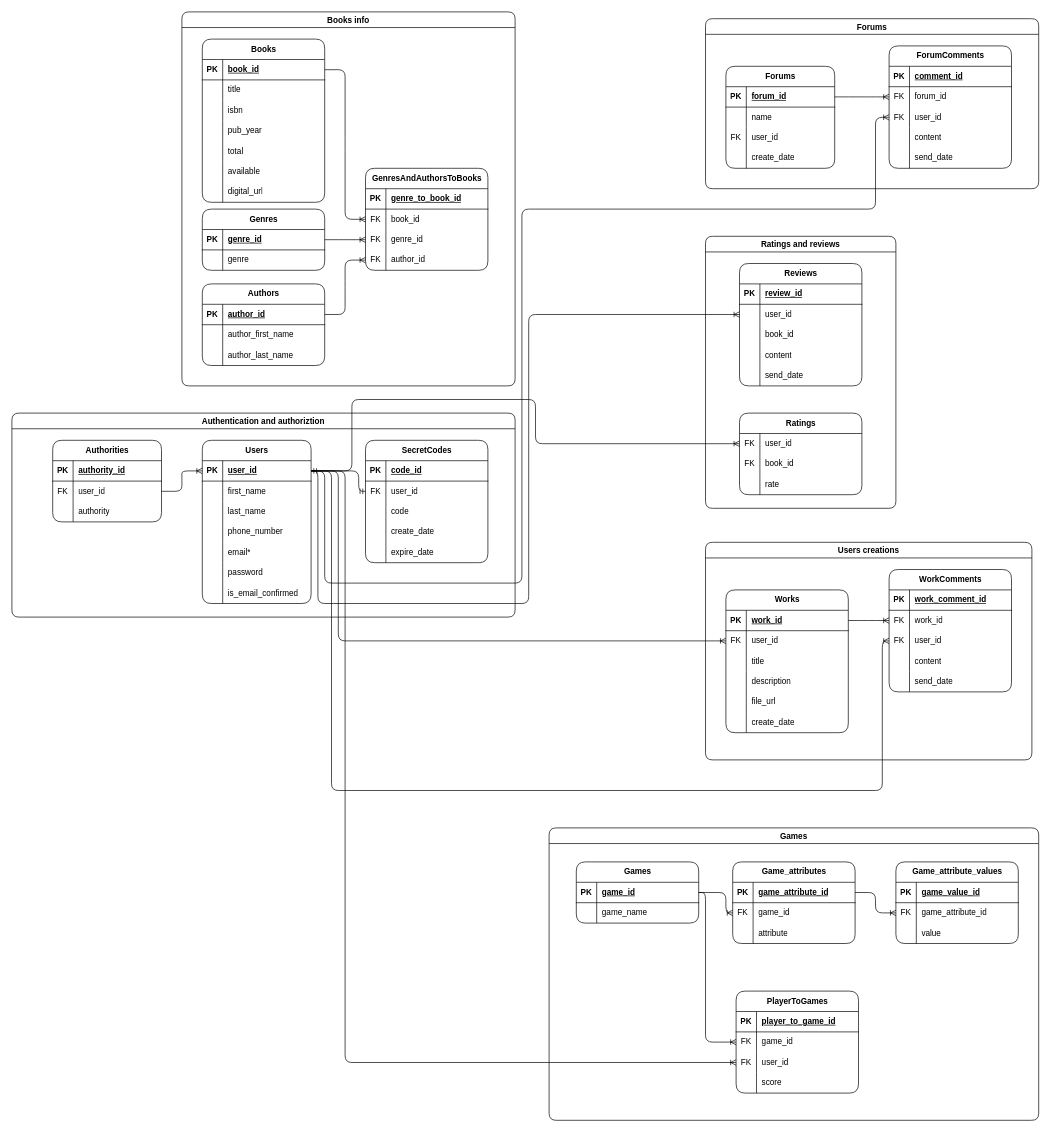
Above: library.drawio in Wthing/bs_hackathon_demo (draw.io), before the change. Source tidied: cells renumbered, new cells numbered last; positions are measured from the earlier drawing's top-left corner, leaving out a move shared by most shapes. Both pictures are drawn from the tidied source at 68%, with x=0, y=0 at pixel (12, 12).
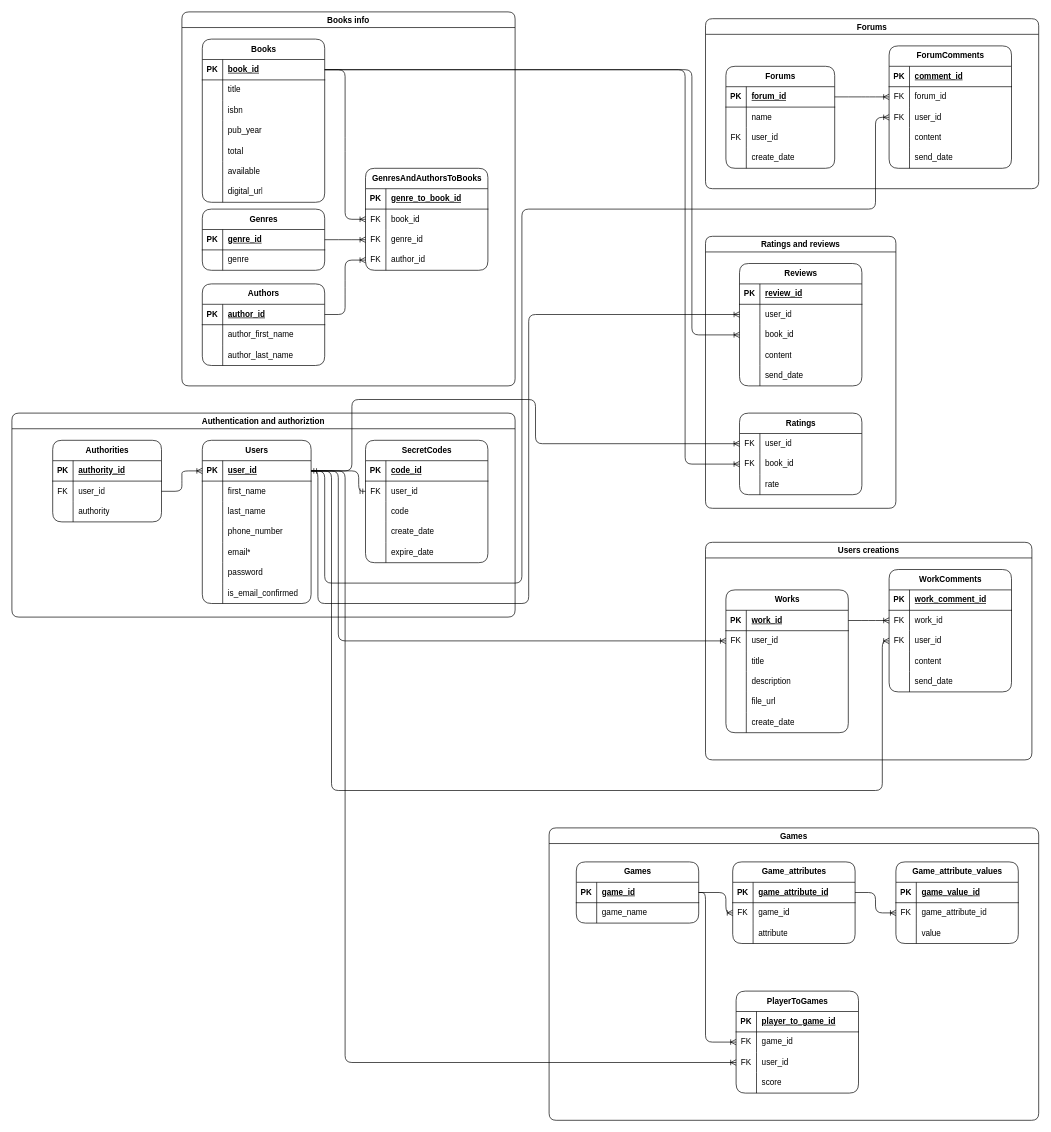
The same diagram, later.

Commit message:
Bug fixes/Докладки за грешки

Unchanged cells that the change refers to:
```xml
<mxCell id="89" style="shape=tableRow;horizontal=0;startSize=0;swimlaneHead=0;swimlaneBody=0;fillColor=none;points=[[0,0.5],[1,0.5]];portConstraint=eastwest;top=0;left=0;right=0;bottom=0;rounded=1;labelBackgroundColor=none;" parent="85" vertex="1">
  <mxGeometry y="60" width="180" height="30" as="geometry" />
</mxCell>
<mxCell id="102" style="shape=tableRow;horizontal=0;startSize=0;swimlaneHead=0;swimlaneBody=0;fillColor=none;points=[[0,0.5],[1,0.5]];portConstraint=eastwest;top=0;left=0;right=0;bottom=0;rounded=1;labelBackgroundColor=none;" parent="95" vertex="1">
  <mxGeometry y="90" width="180" height="30" as="geometry" />
</mxCell>
<mxCell id="115" style="shape=tableRow;horizontal=0;startSize=0;swimlaneHead=0;swimlaneBody=0;fillColor=none;points=[[0,0.5],[1,0.5]];portConstraint=eastwest;top=0;left=0;right=0;bottom=1;rounded=1;labelBackgroundColor=none;" parent="114" vertex="1">
  <mxGeometry y="30" width="180" height="30" as="geometry" />
</mxCell>
```

Diff of the diagram source:
```diff
@@
+    <mxCell id="254" style="edgeStyle=orthogonalEdgeStyle;fontSize=12;html=1;endArrow=ERoneToMany;rounded=1;exitX=1;exitY=0.5;exitDx=0;exitDy=0;entryX=0;entryY=0.5;entryDx=0;entryDy=0;" parent="1" edge="1" source="115" target="102">
+      <mxGeometry relative="1" as="geometry">
+        <Array as="points">
+          <mxPoint x="1000" y="85" />
+          <mxPoint x="1000" y="475" />
+        </Array>
+      </mxGeometry>
+    </mxCell>
+    <mxCell id="255" style="edgeStyle=orthogonalEdgeStyle;fontSize=12;html=1;endArrow=ERoneToMany;rounded=1;exitX=1;exitY=0.5;exitDx=0;exitDy=0;entryX=0;entryY=0.5;entryDx=0;entryDy=0;" parent="1" edge="1" source="115" target="89">
+      <mxGeometry relative="1" as="geometry">
+        <Array as="points">
+          <mxPoint x="990" y="85" />
+          <mxPoint x="990" y="665" />
+        </Array>
+      </mxGeometry>
+    </mxCell>
```
